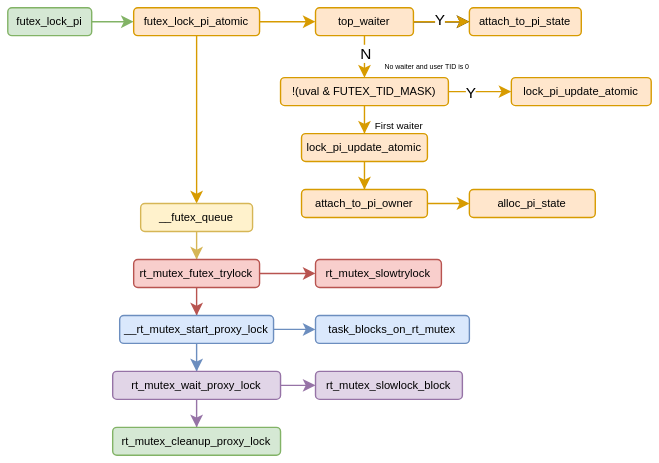
Earlier version of the draw.io export images/kernel/lock-futex-flow.svg (jemmy512/book-notes). Source tidied: cells renumbered, new cells last; positions are measured from the earlier drawing's top-left corner, leaving out a move shared by most shapes. Source of this version:
```xml
<mxGraphModel>
  <root>
    <mxCell id="0" />
    <mxCell id="1" parent="0" />
    <mxCell id="2" style="edgeStyle=orthogonalEdgeStyle;rounded=0;jettySize=auto;html=1;entryX=0;entryY=0.5;entryDx=0;entryDy=0;fillColor=#d5e8d4;strokeColor=#82b366;" parent="1" edge="1" source="3" target="6">
      <mxGeometry relative="1" as="geometry" />
    </mxCell>
    <mxCell id="3" value="futex_lock_pi" style="rounded=1;whiteSpace=wrap;html=1;fontSize=8;fillColor=#d5e8d4;strokeColor=#82b366;" parent="1" vertex="1">
      <mxGeometry width="60" height="20" as="geometry" />
    </mxCell>
    <mxCell id="4" style="edgeStyle=orthogonalEdgeStyle;rounded=0;jettySize=auto;html=1;entryX=0;entryY=0.5;entryDx=0;entryDy=0;fontSize=8;exitX=1;exitY=0.5;exitDx=0;exitDy=0;fillColor=#ffe6cc;strokeColor=#d79b00;" parent="1" edge="1" source="6" target="24">
      <mxGeometry relative="1" as="geometry" />
    </mxCell>
    <mxCell id="5" style="edgeStyle=orthogonalEdgeStyle;rounded=0;jettySize=auto;html=1;entryX=0.5;entryY=0;entryDx=0;entryDy=0;fillColor=#ffe6cc;strokeColor=#d79b00;" parent="1" edge="1" source="6" target="8">
      <mxGeometry relative="1" as="geometry" />
    </mxCell>
    <mxCell id="6" value="futex_lock_pi_atomic" style="rounded=1;whiteSpace=wrap;html=1;fontSize=8;fillColor=#ffe6cc;strokeColor=#d79b00;" parent="1" vertex="1">
      <mxGeometry x="90" width="90" height="20" as="geometry" />
    </mxCell>
    <mxCell id="7" style="edgeStyle=orthogonalEdgeStyle;rounded=0;jettySize=auto;html=1;fillColor=#fff2cc;strokeColor=#d6b656;" parent="1" edge="1" source="8" target="11">
      <mxGeometry relative="1" as="geometry" />
    </mxCell>
    <mxCell id="8" value="__futex_queue" style="rounded=1;whiteSpace=wrap;html=1;fontSize=8;fillColor=#fff2cc;strokeColor=#d6b656;" parent="1" vertex="1">
      <mxGeometry x="95" y="140" width="80" height="20" as="geometry" />
    </mxCell>
    <mxCell id="9" style="edgeStyle=orthogonalEdgeStyle;rounded=0;jettySize=auto;html=1;entryX=0.5;entryY=0;entryDx=0;entryDy=0;fillColor=#f8cecc;strokeColor=#b85450;" parent="1" edge="1" source="11" target="14">
      <mxGeometry relative="1" as="geometry" />
    </mxCell>
    <mxCell id="10" style="edgeStyle=orthogonalEdgeStyle;rounded=0;jettySize=auto;html=1;entryX=0;entryY=0.5;entryDx=0;entryDy=0;fillColor=#f8cecc;strokeColor=#b85450;" parent="1" edge="1" source="11" target="37">
      <mxGeometry relative="1" as="geometry" />
    </mxCell>
    <mxCell id="11" value="rt_mutex_futex_trylock" style="rounded=1;whiteSpace=wrap;html=1;fontSize=8;fillColor=#f8cecc;strokeColor=#b85450;" parent="1" vertex="1">
      <mxGeometry x="90" y="180" width="90" height="20" as="geometry" />
    </mxCell>
    <mxCell id="12" style="edgeStyle=orthogonalEdgeStyle;rounded=0;jettySize=auto;html=1;entryX=0.5;entryY=0;entryDx=0;entryDy=0;fillColor=#dae8fc;strokeColor=#6c8ebf;" parent="1" edge="1" source="14" target="17">
      <mxGeometry relative="1" as="geometry" />
    </mxCell>
    <mxCell id="13" style="edgeStyle=orthogonalEdgeStyle;rounded=0;jettySize=auto;html=1;entryX=0;entryY=0.5;entryDx=0;entryDy=0;fillColor=#dae8fc;strokeColor=#6c8ebf;" parent="1" edge="1" source="14" target="34">
      <mxGeometry relative="1" as="geometry" />
    </mxCell>
    <mxCell id="14" value="__rt_mutex_start_proxy_lock" style="rounded=1;whiteSpace=wrap;html=1;fontSize=8;fillColor=#dae8fc;strokeColor=#6c8ebf;" parent="1" vertex="1">
      <mxGeometry x="80" y="220" width="110" height="20" as="geometry" />
    </mxCell>
    <mxCell id="15" style="edgeStyle=orthogonalEdgeStyle;rounded=0;jettySize=auto;html=1;entryX=0.5;entryY=0;entryDx=0;entryDy=0;fillColor=#e1d5e7;strokeColor=#9673a6;" parent="1" edge="1" source="17" target="36">
      <mxGeometry relative="1" as="geometry" />
    </mxCell>
    <mxCell id="16" style="edgeStyle=orthogonalEdgeStyle;rounded=0;jettySize=auto;html=1;entryX=0;entryY=0.5;entryDx=0;entryDy=0;fillColor=#e1d5e7;strokeColor=#9673a6;" parent="1" edge="1" source="17" target="35">
      <mxGeometry relative="1" as="geometry" />
    </mxCell>
    <mxCell id="17" value="rt_mutex_wait_proxy_lock" style="rounded=1;whiteSpace=wrap;html=1;fontSize=8;fillColor=#e1d5e7;strokeColor=#9673a6;" parent="1" vertex="1">
      <mxGeometry x="75" y="260" width="120" height="20" as="geometry" />
    </mxCell>
    <mxCell id="18" value="attach_to_pi_state" style="rounded=1;whiteSpace=wrap;html=1;fontSize=8;fillColor=#ffe6cc;strokeColor=#d79b00;" parent="1" vertex="1">
      <mxGeometry x="330" width="80" height="20" as="geometry" />
    </mxCell>
    <mxCell id="19" style="edgeStyle=orthogonalEdgeStyle;rounded=0;jettySize=auto;html=1;entryX=0;entryY=0.5;entryDx=0;entryDy=0;fontSize=8;" parent="1" edge="1" source="24" target="18">
      <mxGeometry relative="1" as="geometry" />
    </mxCell>
    <mxCell id="20" style="edgeStyle=orthogonalEdgeStyle;rounded=0;jettySize=auto;html=1;fontSize=8;fillColor=#ffe6cc;strokeColor=#d79b00;" parent="1" edge="1" source="24" target="18">
      <mxGeometry relative="1" as="geometry" />
    </mxCell>
    <mxCell id="21" value="Y" style="edgeLabel;html=1;align=center;verticalAlign=middle;" parent="20" vertex="1">
      <mxGeometry x="-0.1" y="2" relative="1" as="geometry" />
    </mxCell>
    <mxCell id="22" style="edgeStyle=orthogonalEdgeStyle;rounded=0;jettySize=auto;html=1;fontSize=8;fillColor=#ffe6cc;strokeColor=#d79b00;" parent="1" edge="1" source="24" target="28">
      <mxGeometry relative="1" as="geometry" />
    </mxCell>
    <mxCell id="23" value="N" style="edgeLabel;html=1;align=center;verticalAlign=middle;" parent="22" vertex="1">
      <mxGeometry x="0.11" relative="1" as="geometry" />
    </mxCell>
    <mxCell id="24" value="top_waiter" style="rounded=1;whiteSpace=wrap;html=1;fontSize=8;fillColor=#ffe6cc;strokeColor=#d79b00;" parent="1" vertex="1">
      <mxGeometry x="220" width="70" height="20" as="geometry" />
    </mxCell>
    <mxCell id="25" style="edgeStyle=orthogonalEdgeStyle;rounded=0;jettySize=auto;html=1;entryX=0;entryY=0.5;entryDx=0;entryDy=0;fillColor=#ffe6cc;strokeColor=#d79b00;" parent="1" edge="1" source="28" target="29">
      <mxGeometry relative="1" as="geometry" />
    </mxCell>
    <mxCell id="26" value="Y" style="edgeLabel;html=1;align=center;verticalAlign=middle;" parent="25" vertex="1">
      <mxGeometry x="0.35" y="1" relative="1" as="geometry">
        <mxPoint x="-15" y="1" as="offset" />
      </mxGeometry>
    </mxCell>
    <mxCell id="27" style="edgeStyle=orthogonalEdgeStyle;rounded=0;jettySize=auto;html=1;fillColor=#ffe6cc;strokeColor=#d79b00;" parent="1" edge="1" source="28" target="31">
      <mxGeometry relative="1" as="geometry" />
    </mxCell>
    <mxCell id="28" value="&lt;font style=&quot;font-size: 8px;&quot;&gt;!(uval &amp;amp; FUTEX_TID_MASK)&lt;/font&gt;" style="rounded=1;whiteSpace=wrap;html=1;fontSize=8;fillColor=#ffe6cc;strokeColor=#d79b00;" parent="1" vertex="1">
      <mxGeometry x="195" y="50" width="120" height="20" as="geometry" />
    </mxCell>
    <mxCell id="29" value="&lt;font style=&quot;font-size: 8px;&quot;&gt;lock_pi_update_atomic&lt;/font&gt;" style="rounded=1;whiteSpace=wrap;html=1;fontSize=8;fillColor=#ffe6cc;strokeColor=#d79b00;" parent="1" vertex="1">
      <mxGeometry x="360" y="50" width="100" height="20" as="geometry" />
    </mxCell>
    <mxCell id="30" style="edgeStyle=orthogonalEdgeStyle;rounded=0;jettySize=auto;html=1;entryX=0.5;entryY=0;entryDx=0;entryDy=0;fillColor=#ffe6cc;strokeColor=#d79b00;" parent="1" edge="1" source="31" target="33">
      <mxGeometry relative="1" as="geometry" />
    </mxCell>
    <mxCell id="31" value="&lt;font style=&quot;font-size: 8px;&quot;&gt;lock_pi_update_atomic&lt;/font&gt;" style="rounded=1;whiteSpace=wrap;html=1;fontSize=8;fillColor=#ffe6cc;strokeColor=#d79b00;" parent="1" vertex="1">
      <mxGeometry x="210" y="90" width="90" height="20" as="geometry" />
    </mxCell>
    <mxCell id="32" style="edgeStyle=orthogonalEdgeStyle;rounded=0;jettySize=auto;html=1;entryX=0;entryY=0.5;entryDx=0;entryDy=0;fillColor=#ffe6cc;strokeColor=#d79b00;" parent="1" edge="1" source="33" target="40">
      <mxGeometry relative="1" as="geometry" />
    </mxCell>
    <mxCell id="33" value="&lt;font style=&quot;font-size: 8px;&quot;&gt;attach_to_pi_owner&lt;/font&gt;" style="rounded=1;whiteSpace=wrap;html=1;fontSize=8;fillColor=#ffe6cc;strokeColor=#d79b00;" parent="1" vertex="1">
      <mxGeometry x="210" y="130" width="90" height="20" as="geometry" />
    </mxCell>
    <mxCell id="34" value="task_blocks_on_rt_mutex" style="rounded=1;whiteSpace=wrap;html=1;fontSize=8;fillColor=#dae8fc;strokeColor=#6c8ebf;" parent="1" vertex="1">
      <mxGeometry x="220" y="220" width="110" height="20" as="geometry" />
    </mxCell>
    <mxCell id="35" value="rt_mutex_slowlock_block" style="rounded=1;whiteSpace=wrap;html=1;fontSize=8;fillColor=#e1d5e7;strokeColor=#9673a6;" parent="1" vertex="1">
      <mxGeometry x="220" y="260" width="105" height="20" as="geometry" />
    </mxCell>
    <mxCell id="36" value="rt_mutex_cleanup_proxy_lock" style="rounded=1;whiteSpace=wrap;html=1;fontSize=8;fillColor=#d5e8d4;strokeColor=#82b366;" parent="1" vertex="1">
      <mxGeometry x="75" y="300" width="120" height="20" as="geometry" />
    </mxCell>
    <mxCell id="37" value="rt_mutex_slowtrylock" style="rounded=1;whiteSpace=wrap;html=1;fontSize=8;fillColor=#f8cecc;strokeColor=#b85450;" parent="1" vertex="1">
      <mxGeometry x="220" y="180" width="90" height="20" as="geometry" />
    </mxCell>
    <mxCell id="38" value="No waiter and user TID is 0" style="text;html=1;strokeColor=none;fillColor=none;align=center;verticalAlign=middle;whiteSpace=wrap;rounded=0;fontSize=5;" parent="1" vertex="1">
      <mxGeometry x="220" y="40" width="160" as="geometry" />
    </mxCell>
    <mxCell id="39" value="First waiter" style="text;html=1;strokeColor=none;fillColor=none;align=center;verticalAlign=middle;whiteSpace=wrap;rounded=0;fontSize=7;" parent="1" vertex="1">
      <mxGeometry x="245" y="80" width="70" height="10" as="geometry" />
    </mxCell>
    <mxCell id="40" value="&lt;font style=&quot;font-size: 8px;&quot;&gt;alloc_pi_state&lt;/font&gt;" style="rounded=1;whiteSpace=wrap;html=1;fontSize=8;fillColor=#ffe6cc;strokeColor=#d79b00;" parent="1" vertex="1">
      <mxGeometry x="330" y="130" width="90" height="20" as="geometry" />
    </mxCell>
  </root>
</mxGraphModel>
```
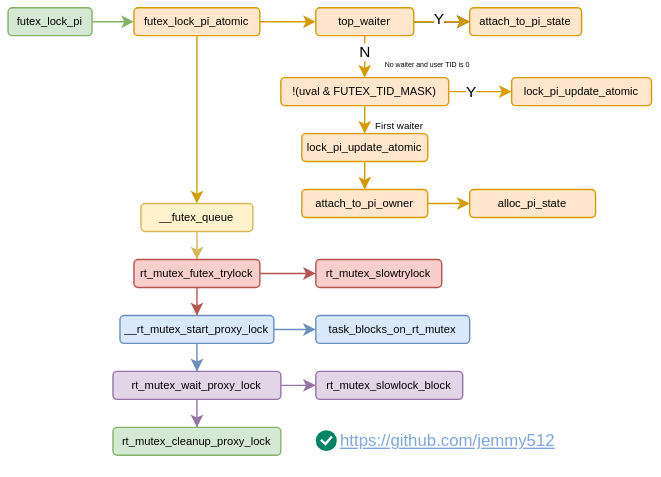
After the change.

The edit, as a diff of the source:
```diff
@@ -121,5 +121,11 @@
     <mxCell id="40" value="&lt;font style=&quot;font-size: 8px;&quot;&gt;alloc_pi_state&lt;/font&gt;" style="rounded=1;whiteSpace=wrap;html=1;fontSize=8;fillColor=#ffe6cc;strokeColor=#d79b00;" parent="1" vertex="1">
       <mxGeometry x="330" y="130" width="90" height="20" as="geometry" />
     </mxCell>
+    <mxCell id="41" style="html=1;shadow=0;dashed=0;shape=mxgraph.atlassian.checkbox;fillColor=#008465;strokeColor=none;html=1;sketch=0;fontSize=16;" parent="1" vertex="1">
+      <mxGeometry x="220" y="302" width="15" height="15" as="geometry" />
+    </mxCell>
+    <mxCell id="42" value="https://github.com/jemmy512" style="text;html=1;strokeColor=none;fillColor=none;whiteSpace=wrap;align=center;verticalAlign=middle;fontColor=#7EA6E0;fontStyle=4;" parent="1" vertex="1">
+      <mxGeometry x="229.1" y="290" width="170.9" height="40" as="geometry" />
+    </mxCell>
   </root>
 </mxGraphModel>
```
